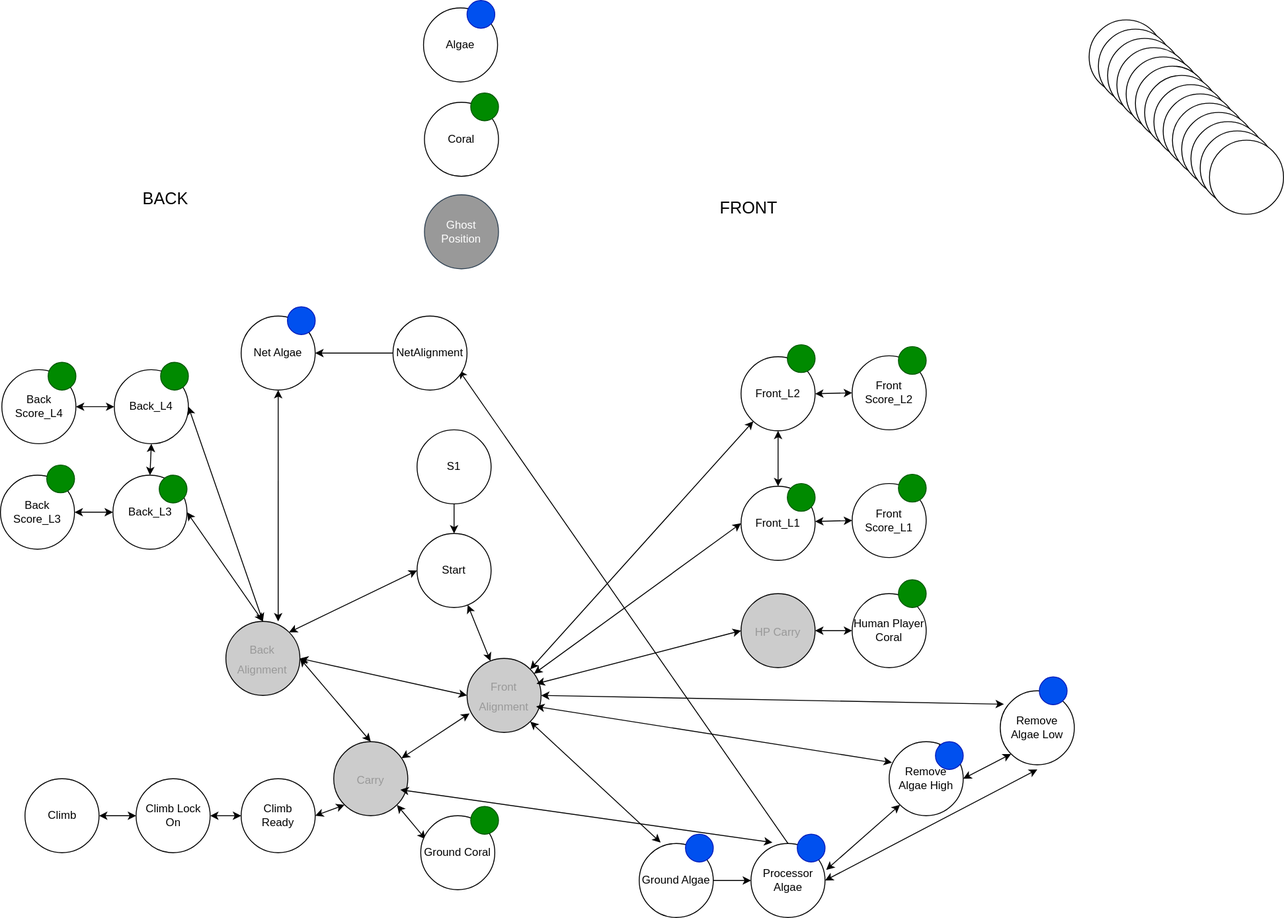
This is src/main/java/frc/robot/subsystems/ArmControl/ArmGraph.drawio.svg from RossRambotics/2025-ReefScape, a draw.io export, as it was before one commit. Source tidied: cells renumbered, new cells last; positions are measured from the earlier drawing's top-left corner, leaving out a move shared by most shapes.
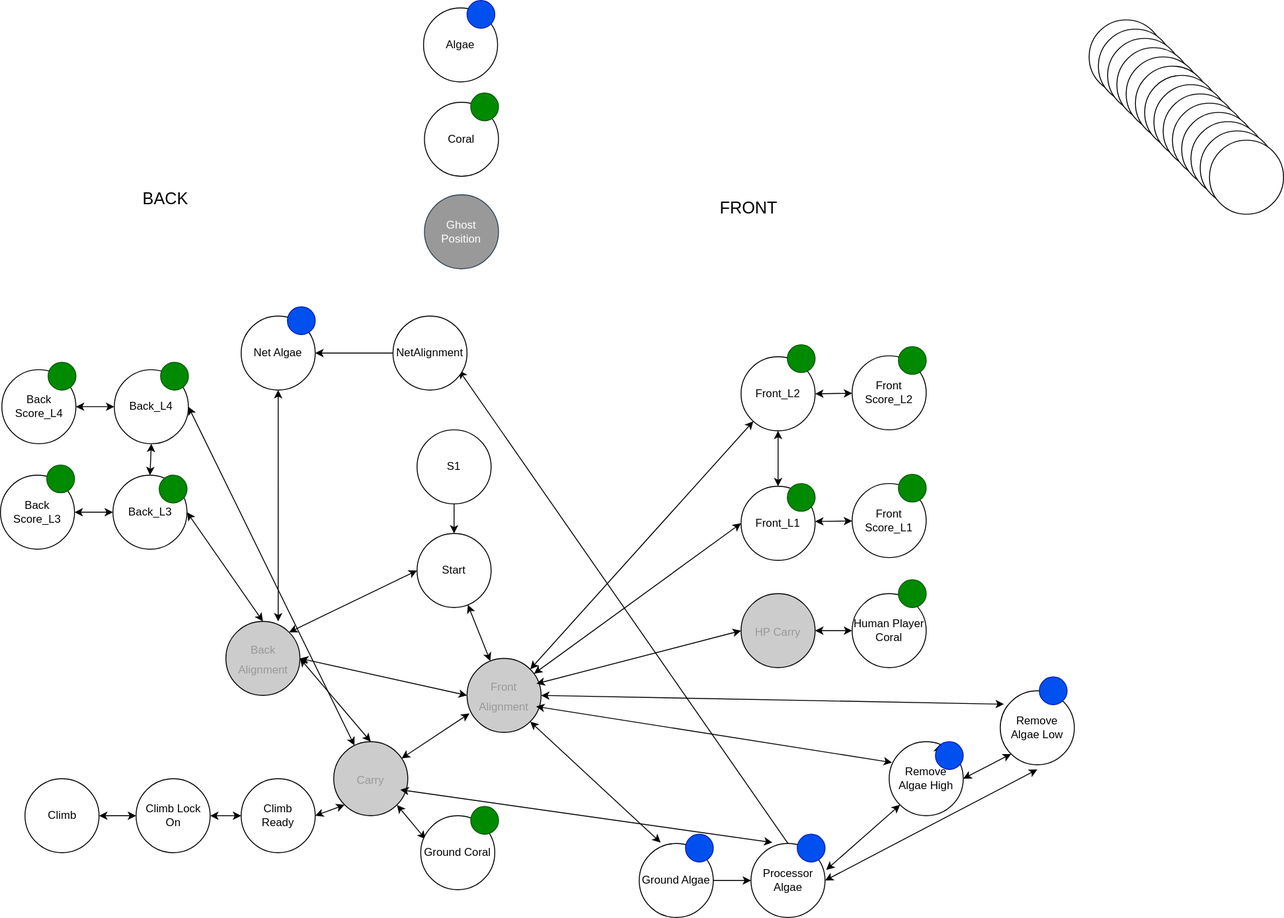
The same file after the commit.

Change to the diagram source:
```diff
@@ -119,9 +119,6 @@
     <mxCell id="40" style="edgeStyle=none;html=1;exitX=0.5;exitY=0;exitDx=0;exitDy=0;entryX=1;entryY=0.5;entryDx=0;entryDy=0;fontSize=12;startArrow=classic;startFill=1;" parent="1" edge="1" source="42" target="31">
       <mxGeometry relative="1" as="geometry" />
     </mxCell>
-    <mxCell id="41" style="edgeStyle=none;html=1;exitX=0.5;exitY=0;exitDx=0;exitDy=0;entryX=1;entryY=0.5;entryDx=0;entryDy=0;fontSize=12;startArrow=classic;startFill=1;" parent="1" edge="1" source="42" target="35">
-      <mxGeometry relative="1" as="geometry" />
-    </mxCell>
     <mxCell id="42" value="&lt;font color=&quot;#999999&quot;&gt;&lt;span style=&quot;font-size: 12px;&quot;&gt;Back Alignment&lt;/span&gt;&lt;/font&gt;" style="ellipse;whiteSpace=wrap;html=1;fontSize=18;gradientColor=none;fillColor=#CCCCCC;" parent="1" vertex="1">
       <mxGeometry x="243.5" y="671" width="80" height="80" as="geometry" />
     </mxCell>
@@ -293,5 +290,8 @@
     <mxCell id="96" style="edgeStyle=none;html=1;fontSize=12;startArrow=classic;startFill=1;endArrow=none;endFill=0;entryX=1;entryY=0.5;entryDx=0;entryDy=0;strokeColor=light-dark(#000000,#6666FF);exitX=0;exitY=0.5;exitDx=0;exitDy=0;" parent="1" edge="1" source="66" target="9">
       <mxGeometry relative="1" as="geometry" />
     </mxCell>
+    <mxCell id="97" style="edgeStyle=none;html=1;entryX=1;entryY=0.5;entryDx=0;entryDy=0;fontSize=12;startArrow=classic;startFill=1;" parent="1" edge="1" source="48" target="35">
+      <mxGeometry relative="1" as="geometry" />
+    </mxCell>
   </root>
 </mxGraphModel>
```
